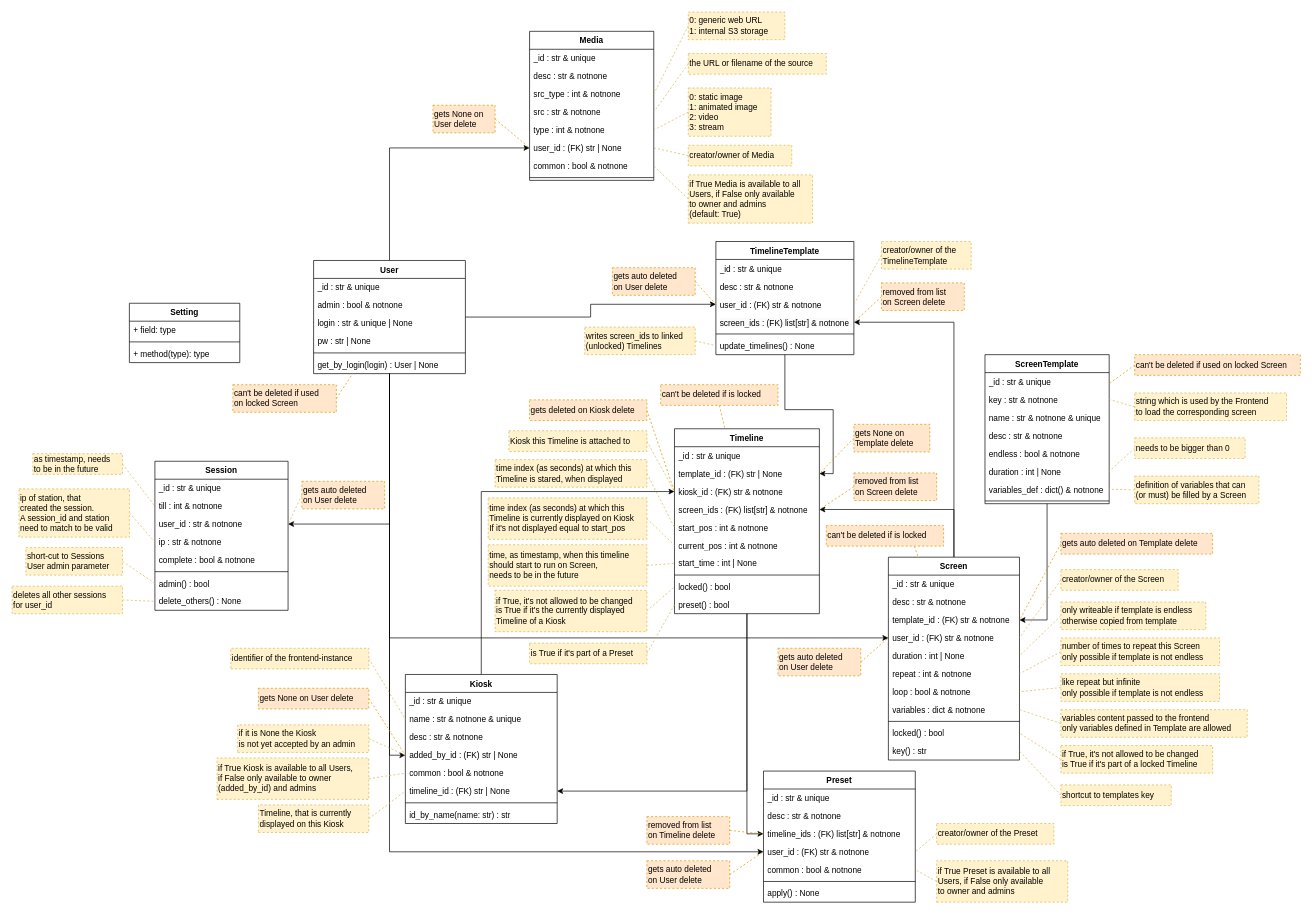
Above: docs/elements.drawio in nlptournament/nlpt-kiosk (draw.io), before the change. Source tidied: cells renumbered, new cells numbered last; positions are measured from the earlier drawing's top-left corner, leaving out a move shared by most shapes. Both pictures are drawn from the tidied source at 69%, with x=0, y=0 at pixel (12, 12).
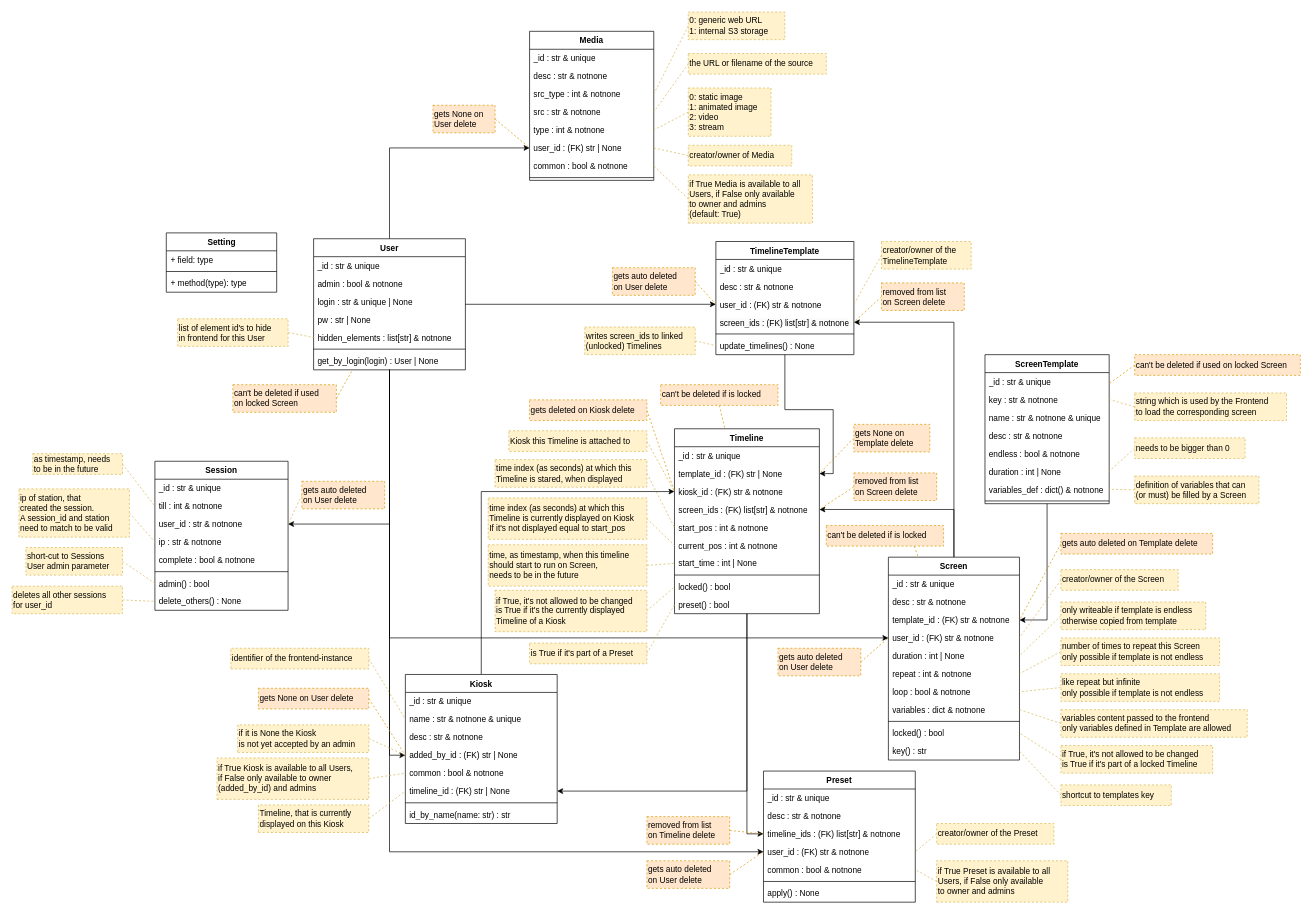
After the change.

Diff of the diagram source:
```diff
@@
     <mxCell id="7" value="User" style="swimlane;fontStyle=1;align=center;verticalAlign=top;horizontal=1;startSize=26;" parent="1" vertex="1">
-      <mxGeometry x="437" y="360" width="220" height="164" as="geometry" />
+      <mxGeometry x="437" y="328.5" width="220" height="190" as="geometry" />
     </mxCell>
@@
+    <mxCell id="198" value="hidden_elements : list[str] &amp; notnone" style="text;strokeColor=none;fillColor=none;align=left;verticalAlign=top;spacingLeft=4;spacingRight=4;overflow=hidden;points=[[0,0.5],[1,0.5]];portConstraint=eastwest;" parent="7" vertex="1">
+      <mxGeometry y="130" width="220" height="26" as="geometry" />
+    </mxCell>
     <mxCell id="12" style="line;strokeWidth=1;fillColor=none;align=left;verticalAlign=middle;spacingTop=-1;spacingLeft=3;spacingRight=3;labelPosition=right;" parent="7" vertex="1">
-      <mxGeometry y="130" width="220" height="8" as="geometry" />
+      <mxGeometry y="156" width="220" height="8" as="geometry" />
     </mxCell>
     <mxCell id="13" value="get_by_login(login) : User | None" style="text;strokeColor=none;fillColor=none;align=left;verticalAlign=top;spacingLeft=4;spacingRight=4;overflow=hidden;" parent="7" vertex="1">
-      <mxGeometry y="138" width="220" height="26" as="geometry" />
+      <mxGeometry y="164" width="220" height="26" as="geometry" />
     </mxCell>
@@
     <mxCell id="34" value="Setting" style="swimlane;fontStyle=1;align=center;verticalAlign=top;horizontal=1;startSize=26;whiteSpace=wrap;html=1;" parent="1" vertex="1">
-      <mxGeometry x="170" y="422" width="160" height="86" as="geometry" />
+      <mxGeometry x="223.5" y="320" width="160" height="86" as="geometry" />
     </mxCell>
@@
+    <mxCell id="199" style="html=1;exitX=1;exitY=0.5;exitDx=0;exitDy=0;entryX=0;entryY=0.5;entryDx=0;entryDy=0;dashed=1;endArrow=none;endFill=0;fillColor=#fff2cc;strokeColor=#d6b656;" parent="1" edge="1" source="200" target="198">
+      <mxGeometry relative="1" as="geometry" />
+    </mxCell>
+    <mxCell id="200" value="list of element id's to hide&lt;br&gt;in frontend for this User" style="rounded=0;whiteSpace=wrap;html=1;dashed=1;align=left;verticalAlign=middle;horizontal=1;labelPosition=center;verticalLabelPosition=middle;fillColor=#fff2cc;strokeColor=#d6b656;" parent="1" vertex="1">
+      <mxGeometry x="240" y="444.5" width="160" height="40" as="geometry" />
+    </mxCell>
```
